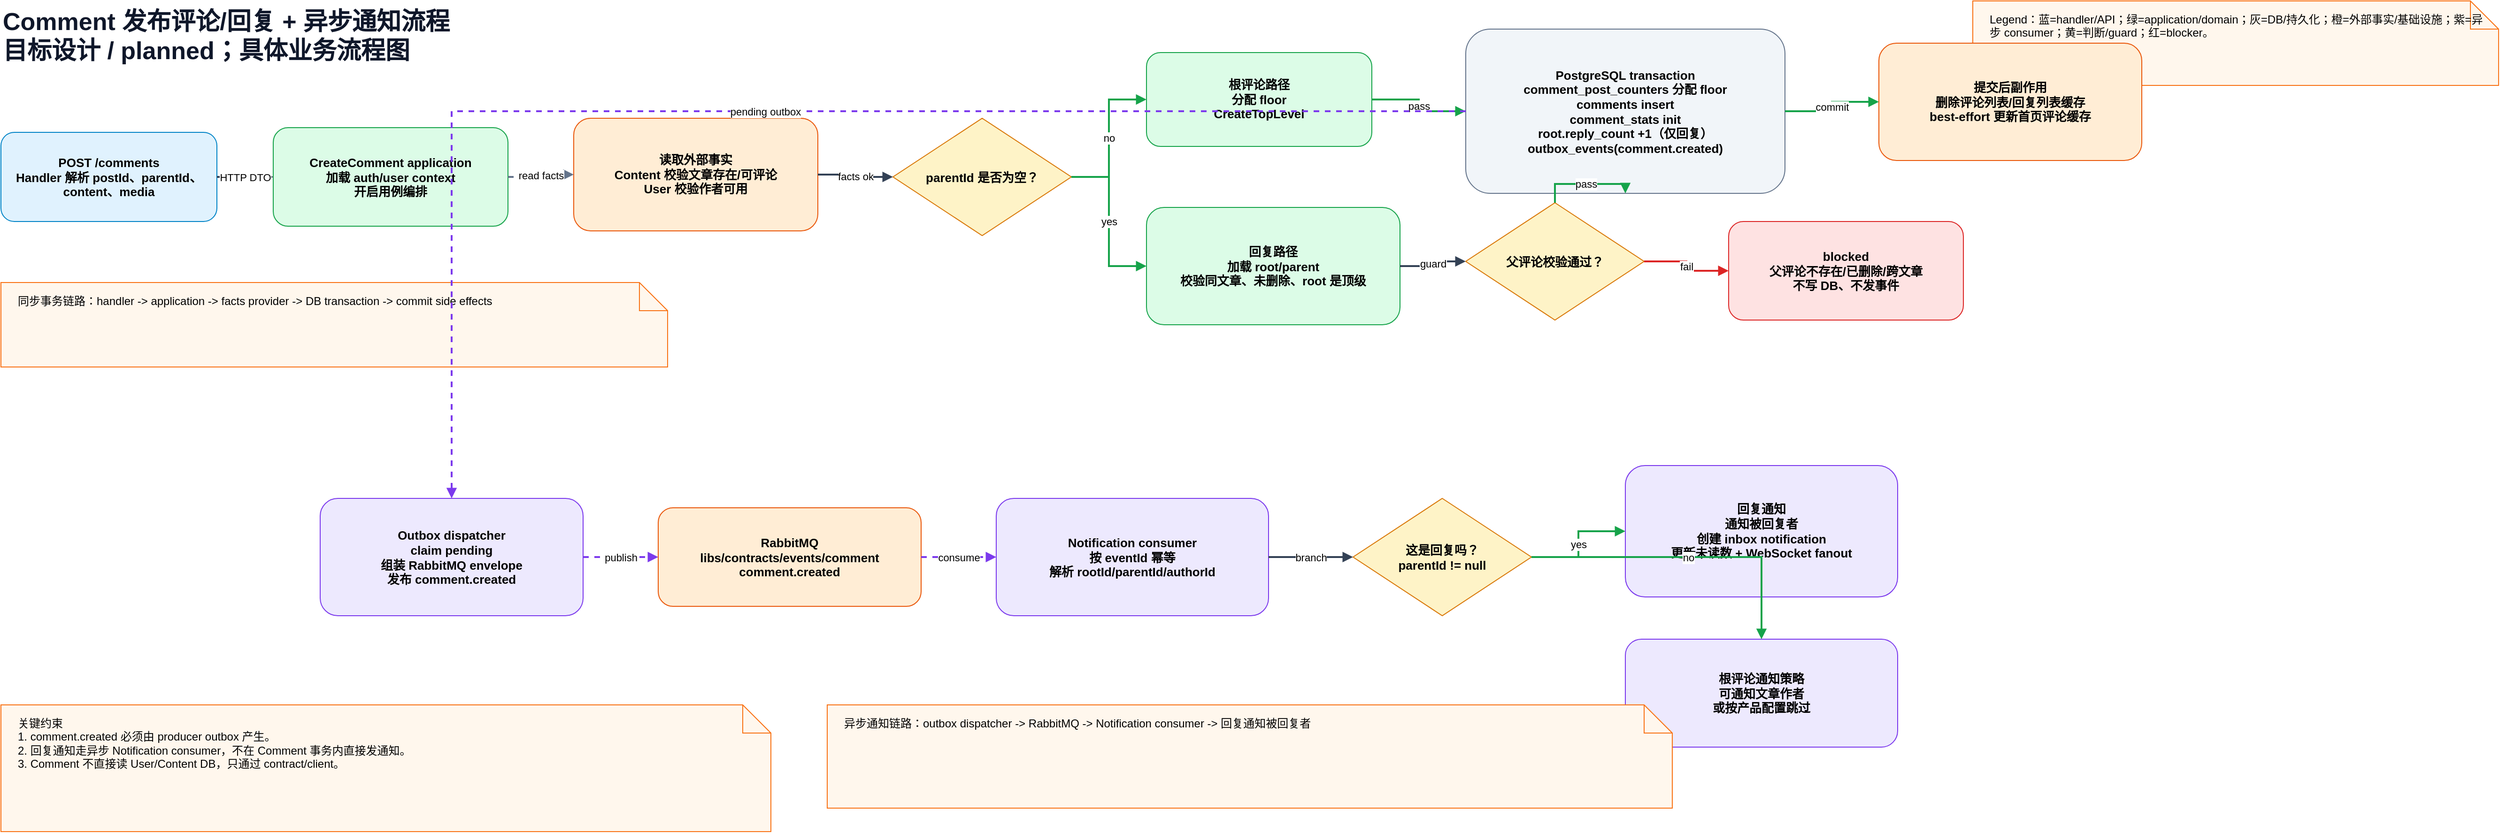
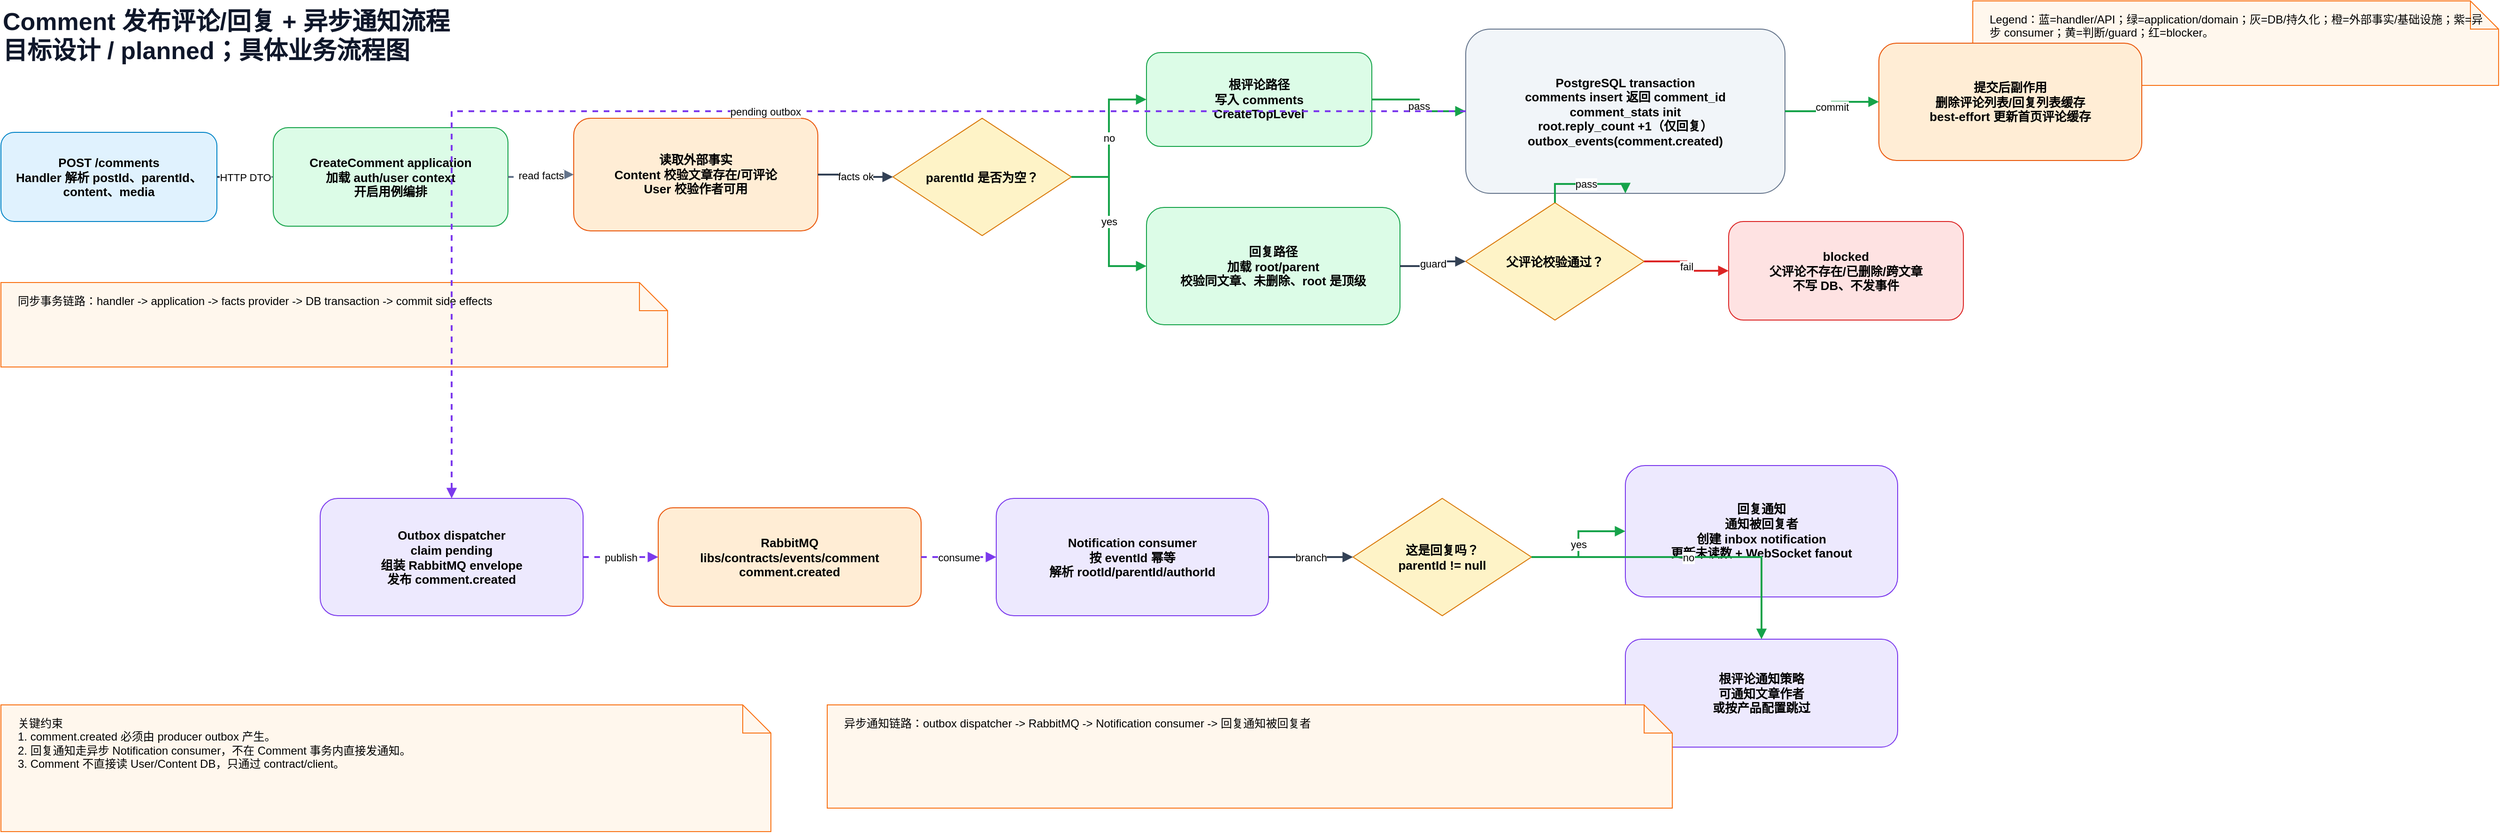
<mxfile host="app.diagrams.net" modified="2026-06-26T00:00:00.000Z" agent="Codex" version="30.0.2" type="device">
  <diagram id="comment-create-workflow" name="Comment Create Workflow">
    <mxGraphModel dx="2800" dy="1200" grid="1" gridSize="10" guides="1" tooltips="1" connect="1" arrows="1" fold="1" page="1" pageScale="1" pageWidth="2800" pageHeight="1050" math="0" shadow="0">
      <root>
        <mxCell id="0"/>
        <mxCell id="1" parent="0"/>
        <mxCell id="title" value="Comment 发布评论/回复 + 异步通知流程&#xa;目标设计 / planned；具体业务流程图" style="text;html=1;strokeColor=none;fillColor=none;align=left;verticalAlign=top;whiteSpace=wrap;fontSize=26;fontStyle=1;fontColor=#0f172a;" vertex="1" parent="1"><mxGeometry x="40" y="30" width="1500" height="70" as="geometry"/></mxCell>
        <mxCell id="legend" value="Legend：蓝=handler/API；绿=application/domain；灰=DB/持久化；橙=外部事实/基础设施；紫=异步 consumer；黄=判断/guard；红=blocker。" style="shape=note;whiteSpace=wrap;html=1;fillColor=#fff7ed;strokeColor=#f97316;fontSize=12;align=left;verticalAlign=top;spacing=8;spacingLeft=10;" vertex="1" parent="1"><mxGeometry x="2140" y="30" width="560" height="90" as="geometry"/></mxCell>
        <mxCell id="n1" value="POST /comments&#xa;Handler 解析 postId、parentId、content、media" style="rounded=1;whiteSpace=wrap;html=1;fillColor=#e0f2fe;strokeColor=#0284c7;fontSize=13;fontStyle=1;align=center;verticalAlign=middle;spacing=8;" vertex="1" parent="1"><mxGeometry x="40" y="170" width="230" height="95" as="geometry"/></mxCell>
        <mxCell id="n2" value="CreateComment application&#xa;加载 auth/user context&#xa;开启用例编排" style="rounded=1;whiteSpace=wrap;html=1;fillColor=#dcfce7;strokeColor=#16a34a;fontSize=13;fontStyle=1;align=center;verticalAlign=middle;spacing=8;" vertex="1" parent="1"><mxGeometry x="330" y="165" width="250" height="105" as="geometry"/></mxCell>
        <mxCell id="n3" value="读取外部事实&#xa;Content 校验文章存在/可评论&#xa;User 校验作者可用" style="rounded=1;whiteSpace=wrap;html=1;fillColor=#ffedd5;strokeColor=#ea580c;fontSize=13;fontStyle=1;align=center;verticalAlign=middle;spacing=8;" vertex="1" parent="1"><mxGeometry x="650" y="155" width="260" height="120" as="geometry"/></mxCell>
        <mxCell id="d1" value="parentId 是否为空？" style="rhombus;whiteSpace=wrap;html=1;fillColor=#fef3c7;strokeColor=#d97706;fontSize=13;fontStyle=1;align=center;verticalAlign=middle;spacing=6;" vertex="1" parent="1"><mxGeometry x="990" y="155" width="190" height="125" as="geometry"/></mxCell>
-         <mxCell id="n4" value="根评论路径&#xa;分配 floor&#xa;CreateTopLevel" style="rounded=1;whiteSpace=wrap;html=1;fillColor=#dcfce7;strokeColor=#16a34a;fontSize=13;fontStyle=1;align=center;verticalAlign=middle;spacing=8;" vertex="1" parent="1"><mxGeometry x="1260" y="85" width="240" height="100" as="geometry"/></mxCell>
+         <mxCell id="n4" value="根评论路径&#xa;写入 comments&#xa;CreateTopLevel" style="rounded=1;whiteSpace=wrap;html=1;fillColor=#dcfce7;strokeColor=#16a34a;fontSize=13;fontStyle=1;align=center;verticalAlign=middle;spacing=8;" vertex="1" parent="1"><mxGeometry x="1260" y="85" width="240" height="100" as="geometry"/></mxCell>
        <mxCell id="n5" value="回复路径&#xa;加载 root/parent&#xa;校验同文章、未删除、root 是顶级" style="rounded=1;whiteSpace=wrap;html=1;fillColor=#dcfce7;strokeColor=#16a34a;fontSize=13;fontStyle=1;align=center;verticalAlign=middle;spacing=8;" vertex="1" parent="1"><mxGeometry x="1260" y="250" width="270" height="125" as="geometry"/></mxCell>
        <mxCell id="d2" value="父评论校验通过？" style="rhombus;whiteSpace=wrap;html=1;fillColor=#fef3c7;strokeColor=#d97706;fontSize=13;fontStyle=1;align=center;verticalAlign=middle;spacing=6;" vertex="1" parent="1"><mxGeometry x="1600" y="245" width="190" height="125" as="geometry"/></mxCell>
        <mxCell id="b1" value="blocked&#xa;父评论不存在/已删除/跨文章&#xa;不写 DB、不发事件" style="rounded=1;whiteSpace=wrap;html=1;fillColor=#fee2e2;strokeColor=#dc2626;fontSize=13;fontStyle=1;align=center;verticalAlign=middle;spacing=8;" vertex="1" parent="1"><mxGeometry x="1880" y="265" width="250" height="105" as="geometry"/></mxCell>
-         <mxCell id="n6" value="PostgreSQL transaction&#xa;comment_post_counters 分配 floor&#xa;comments insert&#xa;comment_stats init&#xa;root.reply_count +1（仅回复）&#xa;outbox_events(comment.created)" style="rounded=1;whiteSpace=wrap;html=1;fillColor=#f1f5f9;strokeColor=#64748b;fontSize=13;fontStyle=1;align=center;verticalAlign=middle;spacing=8;" vertex="1" parent="1"><mxGeometry x="1600" y="60" width="340" height="175" as="geometry"/></mxCell>
+         <mxCell id="n6" value="PostgreSQL transaction&#xa;comments insert 返回 comment_id&#xa;comment_stats init&#xa;root.reply_count +1（仅回复）&#xa;outbox_events(comment.created)" style="rounded=1;whiteSpace=wrap;html=1;fillColor=#f1f5f9;strokeColor=#64748b;fontSize=13;fontStyle=1;align=center;verticalAlign=middle;spacing=8;" vertex="1" parent="1"><mxGeometry x="1600" y="60" width="340" height="175" as="geometry"/></mxCell>
        <mxCell id="n7" value="提交后副作用&#xa;删除评论列表/回复列表缓存&#xa;best-effort 更新首页评论缓存" style="rounded=1;whiteSpace=wrap;html=1;fillColor=#ffedd5;strokeColor=#ea580c;fontSize=13;fontStyle=1;align=center;verticalAlign=middle;spacing=8;" vertex="1" parent="1"><mxGeometry x="2040" y="75" width="280" height="125" as="geometry"/></mxCell>
        <mxCell id="n8" value="Outbox dispatcher&#xa;claim pending&#xa;组装 RabbitMQ envelope&#xa;发布 comment.created" style="rounded=1;whiteSpace=wrap;html=1;fillColor=#ede9fe;strokeColor=#7c3aed;fontSize=13;fontStyle=1;align=center;verticalAlign=middle;spacing=8;" vertex="1" parent="1"><mxGeometry x="380" y="560" width="280" height="125" as="geometry"/></mxCell>
        <mxCell id="n9" value="RabbitMQ&#xa;libs/contracts/events/comment&#xa;comment.created" style="rounded=1;whiteSpace=wrap;html=1;fillColor=#ffedd5;strokeColor=#ea580c;fontSize=13;fontStyle=1;align=center;verticalAlign=middle;spacing=8;" vertex="1" parent="1"><mxGeometry x="740" y="570" width="280" height="105" as="geometry"/></mxCell>
        <mxCell id="n10" value="Notification consumer&#xa;按 eventId 幂等&#xa;解析 rootId/parentId/authorId" style="rounded=1;whiteSpace=wrap;html=1;fillColor=#ede9fe;strokeColor=#7c3aed;fontSize=13;fontStyle=1;align=center;verticalAlign=middle;spacing=8;" vertex="1" parent="1"><mxGeometry x="1100" y="560" width="290" height="125" as="geometry"/></mxCell>
        <mxCell id="d3" value="这是回复吗？&#xa;parentId != null" style="rhombus;whiteSpace=wrap;html=1;fillColor=#fef3c7;strokeColor=#d97706;fontSize=13;fontStyle=1;align=center;verticalAlign=middle;spacing=6;" vertex="1" parent="1"><mxGeometry x="1480" y="560" width="190" height="125" as="geometry"/></mxCell>
        <mxCell id="n11" value="回复通知&#xa;通知被回复者&#xa;创建 inbox notification&#xa;更新未读数 + WebSocket fanout" style="rounded=1;whiteSpace=wrap;html=1;fillColor=#ede9fe;strokeColor=#7c3aed;fontSize=13;fontStyle=1;align=center;verticalAlign=middle;spacing=8;" vertex="1" parent="1"><mxGeometry x="1770" y="525" width="290" height="140" as="geometry"/></mxCell>
        <mxCell id="n12" value="根评论通知策略&#xa;可通知文章作者&#xa;或按产品配置跳过" style="rounded=1;whiteSpace=wrap;html=1;fillColor=#ede9fe;strokeColor=#7c3aed;fontSize=13;fontStyle=1;align=center;verticalAlign=middle;spacing=8;" vertex="1" parent="1"><mxGeometry x="1770" y="710" width="290" height="115" as="geometry"/></mxCell>
        <mxCell id="note" value="关键约束&#xa;1. comment.created 必须由 producer outbox 产生。&#xa;2. 回复通知走异步 Notification consumer，不在 Comment 事务内直接发通知。&#xa;3. Comment 不直接读 User/Content DB，只通过 contract/client。" style="shape=note;whiteSpace=wrap;html=1;fillColor=#fff7ed;strokeColor=#f97316;fontSize=12;align=left;verticalAlign=top;spacing=8;spacingLeft=10;" vertex="1" parent="1"><mxGeometry x="40" y="780" width="820" height="135" as="geometry"/></mxCell>
        <mxCell id="lane1" value="同步事务链路：handler -&gt; application -&gt; facts provider -&gt; DB transaction -&gt; commit side effects" style="shape=note;whiteSpace=wrap;html=1;fillColor=#fff7ed;strokeColor=#f97316;fontSize=12;align=left;verticalAlign=top;spacing=8;spacingLeft=10;" vertex="1" parent="1"><mxGeometry x="40" y="330" width="710" height="90" as="geometry"/></mxCell>
        <mxCell id="lane2" value="异步通知链路：outbox dispatcher -&gt; RabbitMQ -&gt; Notification consumer -&gt; 回复通知被回复者" style="shape=note;whiteSpace=wrap;html=1;fillColor=#fff7ed;strokeColor=#f97316;fontSize=12;align=left;verticalAlign=top;spacing=8;spacingLeft=10;" vertex="1" parent="1"><mxGeometry x="920" y="780" width="900" height="110" as="geometry"/></mxCell>
        <mxCell id="e1" value="HTTP DTO" style="edgeStyle=orthogonalEdgeStyle;rounded=0;orthogonalLoop=1;jettySize=auto;html=1;endArrow=block;strokeColor=#334155;strokeWidth=2;" edge="1" parent="1" source="n1" target="n2"><mxGeometry relative="1" as="geometry"/></mxCell>
        <mxCell id="e2" value="read facts" style="edgeStyle=orthogonalEdgeStyle;rounded=0;orthogonalLoop=1;jettySize=auto;html=1;endArrow=block;dashed=1;strokeColor=#64748b;strokeWidth=2;" edge="1" parent="1" source="n2" target="n3"><mxGeometry relative="1" as="geometry"/></mxCell>
        <mxCell id="e3" value="facts ok" style="edgeStyle=orthogonalEdgeStyle;rounded=0;orthogonalLoop=1;jettySize=auto;html=1;endArrow=block;strokeColor=#334155;strokeWidth=2;" edge="1" parent="1" source="n3" target="d1"><mxGeometry relative="1" as="geometry"/></mxCell>
        <mxCell id="e4" value="no" style="edgeStyle=orthogonalEdgeStyle;rounded=0;orthogonalLoop=1;jettySize=auto;html=1;endArrow=block;strokeColor=#16a34a;strokeWidth=2;" edge="1" parent="1" source="d1" target="n4"><mxGeometry relative="1" as="geometry"/></mxCell>
        <mxCell id="e5" value="yes" style="edgeStyle=orthogonalEdgeStyle;rounded=0;orthogonalLoop=1;jettySize=auto;html=1;endArrow=block;strokeColor=#16a34a;strokeWidth=2;" edge="1" parent="1" source="d1" target="n5"><mxGeometry relative="1" as="geometry"/></mxCell>
        <mxCell id="e6" value="guard" style="edgeStyle=orthogonalEdgeStyle;rounded=0;orthogonalLoop=1;jettySize=auto;html=1;endArrow=block;strokeColor=#334155;strokeWidth=2;" edge="1" parent="1" source="n5" target="d2"><mxGeometry relative="1" as="geometry"/></mxCell>
        <mxCell id="e7" value="fail" style="edgeStyle=orthogonalEdgeStyle;rounded=0;orthogonalLoop=1;jettySize=auto;html=1;endArrow=block;strokeColor=#dc2626;strokeWidth=2;" edge="1" parent="1" source="d2" target="b1"><mxGeometry relative="1" as="geometry"/></mxCell>
        <mxCell id="e8" value="pass" style="edgeStyle=orthogonalEdgeStyle;rounded=0;orthogonalLoop=1;jettySize=auto;html=1;endArrow=block;strokeColor=#16a34a;strokeWidth=2;" edge="1" parent="1" source="d2" target="n6"><mxGeometry relative="1" as="geometry"/></mxCell>
        <mxCell id="e9" value="pass" style="edgeStyle=orthogonalEdgeStyle;rounded=0;orthogonalLoop=1;jettySize=auto;html=1;endArrow=block;strokeColor=#16a34a;strokeWidth=2;" edge="1" parent="1" source="n4" target="n6"><mxGeometry relative="1" as="geometry"/></mxCell>
        <mxCell id="e10" value="commit" style="edgeStyle=orthogonalEdgeStyle;rounded=0;orthogonalLoop=1;jettySize=auto;html=1;endArrow=block;strokeColor=#16a34a;strokeWidth=2;" edge="1" parent="1" source="n6" target="n7"><mxGeometry relative="1" as="geometry"/></mxCell>
        <mxCell id="e11" value="pending outbox" style="edgeStyle=orthogonalEdgeStyle;rounded=0;orthogonalLoop=1;jettySize=auto;html=1;endArrow=block;dashed=1;strokeColor=#7c3aed;strokeWidth=2;" edge="1" parent="1" source="n6" target="n8"><mxGeometry relative="1" as="geometry"/></mxCell>
        <mxCell id="e12" value="publish" style="edgeStyle=orthogonalEdgeStyle;rounded=0;orthogonalLoop=1;jettySize=auto;html=1;endArrow=block;dashed=1;strokeColor=#7c3aed;strokeWidth=2;" edge="1" parent="1" source="n8" target="n9"><mxGeometry relative="1" as="geometry"/></mxCell>
        <mxCell id="e13" value="consume" style="edgeStyle=orthogonalEdgeStyle;rounded=0;orthogonalLoop=1;jettySize=auto;html=1;endArrow=block;dashed=1;strokeColor=#7c3aed;strokeWidth=2;" edge="1" parent="1" source="n9" target="n10"><mxGeometry relative="1" as="geometry"/></mxCell>
        <mxCell id="e14" value="branch" style="edgeStyle=orthogonalEdgeStyle;rounded=0;orthogonalLoop=1;jettySize=auto;html=1;endArrow=block;strokeColor=#334155;strokeWidth=2;" edge="1" parent="1" source="n10" target="d3"><mxGeometry relative="1" as="geometry"/></mxCell>
        <mxCell id="e15" value="yes" style="edgeStyle=orthogonalEdgeStyle;rounded=0;orthogonalLoop=1;jettySize=auto;html=1;endArrow=block;strokeColor=#16a34a;strokeWidth=2;" edge="1" parent="1" source="d3" target="n11"><mxGeometry relative="1" as="geometry"/></mxCell>
        <mxCell id="e16" value="no" style="edgeStyle=orthogonalEdgeStyle;rounded=0;orthogonalLoop=1;jettySize=auto;html=1;endArrow=block;strokeColor=#16a34a;strokeWidth=2;" edge="1" parent="1" source="d3" target="n12"><mxGeometry relative="1" as="geometry"/></mxCell>
      </root>
    </mxGraphModel>
  </diagram>
</mxfile>
